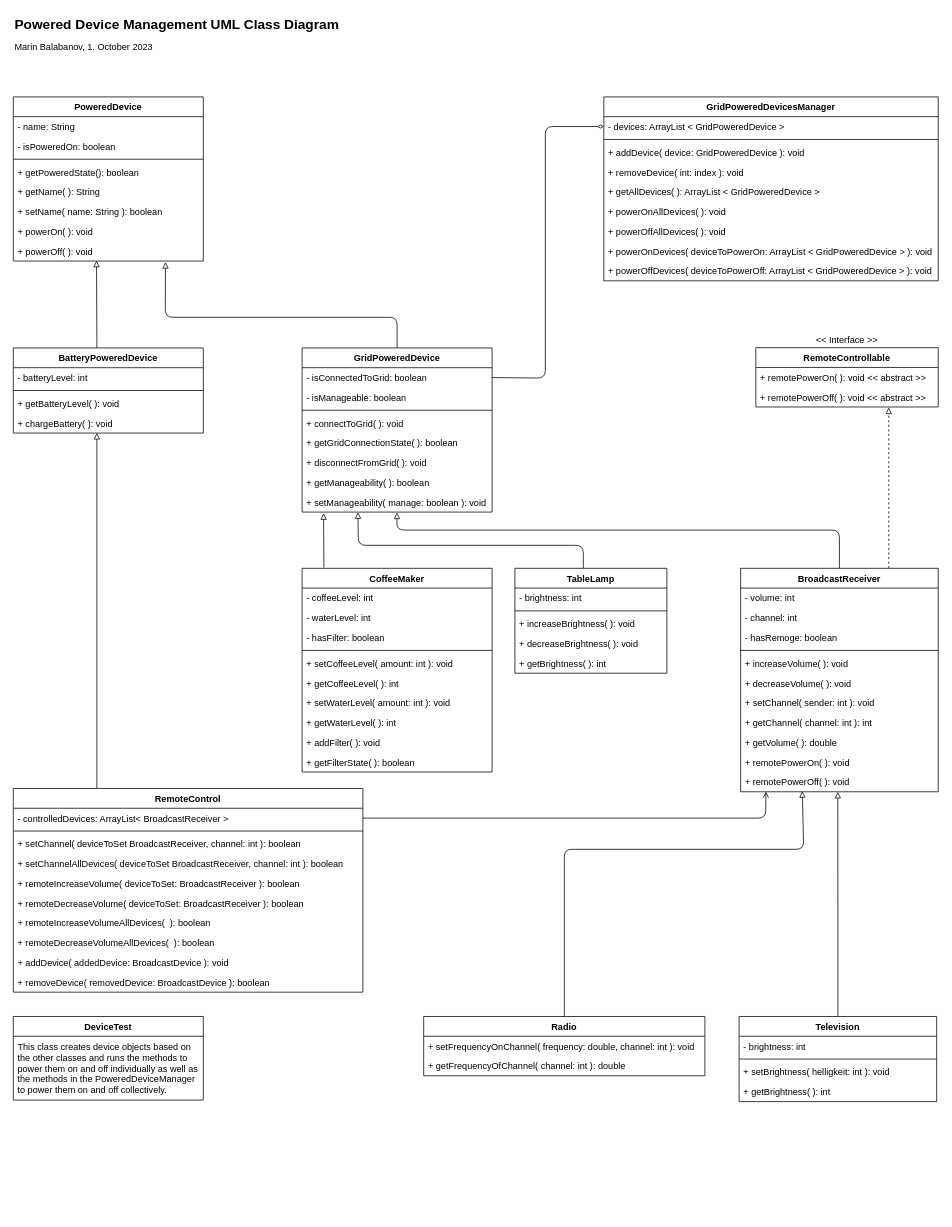
Above: DevicesUML.drawio in mbalabanov/Devices (draw.io), before the change. Source tidied: cells renumbered, new cells numbered last; positions are measured from the earlier drawing's top-left corner, leaving out a move shared by most shapes. Both pictures are drawn from the tidied source at 76%, with x=0, y=0 at pixel (13, 13).
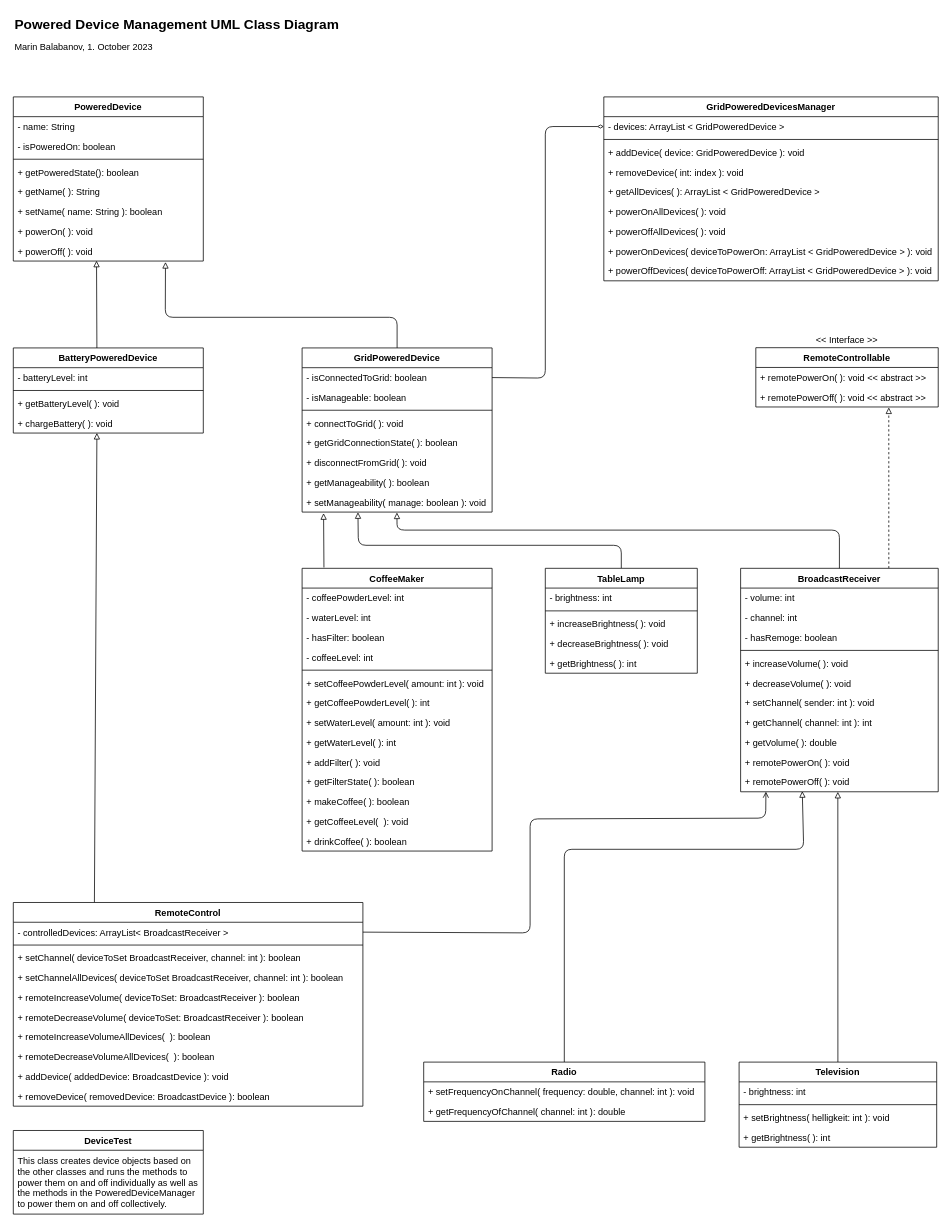
Above is the later version.

Unchanged cells that the change refers to:
```xml
<mxCell id="11" value="+ setManageability( manage: boolean ): void" style="text;strokeColor=none;fillColor=none;align=left;verticalAlign=top;spacingLeft=4;spacingRight=4;overflow=hidden;points=[[0,0.5],[1,0.5]];portConstraint=eastwest;" parent="3" vertex="1">
  <mxGeometry y="190" width="250" height="26" as="geometry" />
</mxCell>
<mxCell id="34" value="+ remotePowerOff( ): void" style="text;strokeColor=none;fillColor=none;align=left;verticalAlign=top;spacingLeft=4;spacingRight=4;overflow=hidden;points=[[0,0.5],[1,0.5]];portConstraint=eastwest;" parent="23" vertex="1">
  <mxGeometry y="268" width="260" height="26" as="geometry" />
</mxCell>
<mxCell id="75" value="- controlledDevices: ArrayList&lt; BroadcastReceiver &gt;" style="text;strokeColor=none;fillColor=none;align=left;verticalAlign=top;spacingLeft=4;spacingRight=4;overflow=hidden;points=[[0,0.5],[1,0.5]];portConstraint=eastwest;" parent="74" vertex="1">
  <mxGeometry y="26" width="460" height="26" as="geometry" />
</mxCell>
<mxCell id="99" value="+ chargeBattery( ): void" style="text;strokeColor=none;fillColor=none;align=left;verticalAlign=top;spacingLeft=4;spacingRight=4;overflow=hidden;points=[[0,0.5],[1,0.5]];portConstraint=eastwest;" parent="95" vertex="1">
  <mxGeometry y="86" width="250" height="26" as="geometry" />
</mxCell>
```

What changed in the source:
```diff
@@
     <mxCell id="13" value="Radio" style="swimlane;fontStyle=1;align=center;verticalAlign=top;horizontal=1;startSize=26;" parent="1" vertex="1">
-      <mxGeometry x="540" y="1320" width="370" height="78" as="geometry" />
+      <mxGeometry x="540" y="1380" width="370" height="78" as="geometry" />
     </mxCell>
@@
     <mxCell id="17" value="Television" style="swimlane;fontStyle=1;align=center;verticalAlign=top;horizontal=1;startSize=26;" parent="1" vertex="1">
-      <mxGeometry x="955" y="1320" width="260" height="112" as="geometry" />
+      <mxGeometry x="955" y="1380" width="260" height="112" as="geometry" />
     </mxCell>
@@
     <mxCell id="35" value="TableLamp" style="swimlane;fontStyle=1;align=center;verticalAlign=top;horizontal=1;startSize=26;" parent="1" vertex="1">
-      <mxGeometry x="660" y="730.3" width="200" height="138" as="geometry" />
+      <mxGeometry x="700" y="730.3" width="200" height="138" as="geometry" />
     </mxCell>
@@
     <mxCell id="42" value="CoffeeMaker" style="swimlane;fontStyle=1;align=center;verticalAlign=top;horizontal=1;startSize=26;" parent="1" vertex="1">
-      <mxGeometry x="380" y="730.3" width="250" height="268" as="geometry" />
+      <mxGeometry x="380" y="730.3" width="250" height="372" as="geometry" />
     </mxCell>
-    <mxCell id="43" value="- coffeeLevel: int" style="text;strokeColor=none;fillColor=none;align=left;verticalAlign=top;spacingLeft=4;spacingRight=4;overflow=hidden;" parent="42" vertex="1">
+    <mxCell id="43" value="- coffeePowderLevel: int" style="text;strokeColor=none;fillColor=none;align=left;verticalAlign=top;spacingLeft=4;spacingRight=4;overflow=hidden;" parent="42" vertex="1">
       <mxGeometry y="26" width="250" height="26" as="geometry" />
     </mxCell>
@@
+    <mxCell id="102" value="- coffeeLevel: int" style="text;strokeColor=none;fillColor=none;align=left;verticalAlign=top;spacingLeft=4;spacingRight=4;overflow=hidden;" parent="42" vertex="1">
+      <mxGeometry y="104" width="250" height="26" as="geometry" />
+    </mxCell>
     <mxCell id="46" style="line;strokeWidth=1;fillColor=none;align=left;verticalAlign=middle;spacingTop=-1;spacingLeft=3;spacingRight=3;labelPosition=right;strokeColor=inherit;" parent="42" vertex="1">
-      <mxGeometry y="104" width="250" height="8" as="geometry" />
+      <mxGeometry y="130" width="250" height="8" as="geometry" />
     </mxCell>
-    <mxCell id="47" value="+ setCoffeeLevel( amount: int ): void" style="text;strokeColor=none;fillColor=none;align=left;verticalAlign=top;spacingLeft=4;spacingRight=4;overflow=hidden;" parent="42" vertex="1">
-      <mxGeometry y="112" width="250" height="26" as="geometry" />
+    <mxCell id="47" value="+ setCoffeePowderLevel( amount: int ): void" style="text;strokeColor=none;fillColor=none;align=left;verticalAlign=top;spacingLeft=4;spacingRight=4;overflow=hidden;" parent="42" vertex="1">
+      <mxGeometry y="138" width="250" height="26" as="geometry" />
     </mxCell>
-    <mxCell id="48" value="+ getCoffeeLevel( ): int" style="text;strokeColor=none;fillColor=none;align=left;verticalAlign=top;spacingLeft=4;spacingRight=4;overflow=hidden;" parent="42" vertex="1">
-      <mxGeometry y="138" width="250" height="26" as="geometry" />
+    <mxCell id="48" value="+ getCoffeePowderLevel( ): int" style="text;strokeColor=none;fillColor=none;align=left;verticalAlign=top;spacingLeft=4;spacingRight=4;overflow=hidden;" parent="42" vertex="1">
+      <mxGeometry y="164" width="250" height="26" as="geometry" />
     </mxCell>
     <mxCell id="49" value="+ setWaterLevel( amount: int ): void" style="text;strokeColor=none;fillColor=none;align=left;verticalAlign=top;spacingLeft=4;spacingRight=4;overflow=hidden;" parent="42" vertex="1">
-      <mxGeometry y="164" width="250" height="26" as="geometry" />
+      <mxGeometry y="190" width="250" height="26" as="geometry" />
     </mxCell>
     <mxCell id="50" value="+ getWaterLevel( ): int" style="text;strokeColor=none;fillColor=none;align=left;verticalAlign=top;spacingLeft=4;spacingRight=4;overflow=hidden;" parent="42" vertex="1">
-      <mxGeometry y="190" width="250" height="26" as="geometry" />
+      <mxGeometry y="216" width="250" height="26" as="geometry" />
     </mxCell>
     <mxCell id="51" value="+ addFilter( ): void" style="text;strokeColor=none;fillColor=none;align=left;verticalAlign=top;spacingLeft=4;spacingRight=4;overflow=hidden;" parent="42" vertex="1">
-      <mxGeometry y="216" width="250" height="26" as="geometry" />
+      <mxGeometry y="242" width="250" height="26" as="geometry" />
     </mxCell>
     <mxCell id="52" value="+ getFilterState( ): boolean" style="text;strokeColor=none;fillColor=none;align=left;verticalAlign=top;spacingLeft=4;spacingRight=4;overflow=hidden;" parent="42" vertex="1">
-      <mxGeometry y="242" width="250" height="26" as="geometry" />
+      <mxGeometry y="268" width="250" height="26" as="geometry" />
     </mxCell>
+    <mxCell id="103" value="+ makeCoffee( ): boolean" style="text;strokeColor=none;fillColor=none;align=left;verticalAlign=top;spacingLeft=4;spacingRight=4;overflow=hidden;" parent="42" vertex="1">
+      <mxGeometry y="294" width="250" height="26" as="geometry" />
+    </mxCell>
+    <mxCell id="104" value="+ getCoffeeLevel(  ): void" style="text;strokeColor=none;fillColor=none;align=left;verticalAlign=top;spacingLeft=4;spacingRight=4;overflow=hidden;" parent="42" vertex="1">
+      <mxGeometry y="320" width="250" height="26" as="geometry" />
+    </mxCell>
+    <mxCell id="105" value="+ drinkCoffee( ): boolean" style="text;strokeColor=none;fillColor=none;align=left;verticalAlign=top;spacingLeft=4;spacingRight=4;overflow=hidden;" parent="42" vertex="1">
+      <mxGeometry y="346" width="250" height="26" as="geometry" />
+    </mxCell>
@@
     <mxCell id="67" style="edgeStyle=none;html=1;endArrow=block;endFill=0;entryX=0.294;entryY=1.008;entryDx=0;entryDy=0;entryPerimeter=0;" parent="1" edge="1" target="11">
       <mxGeometry relative="1" as="geometry">
-        <mxPoint x="750" y="730" as="sourcePoint" />
+        <mxPoint x="800" y="730" as="sourcePoint" />
         <Array as="points">
-          <mxPoint x="750" y="700" />
+          <mxPoint x="800" y="700" />
           <mxPoint x="454" y="700" />
         </Array>
       </mxGeometry>
     </mxCell>
@@
     <mxCell id="72" style="edgeStyle=none;html=1;entryX=0.128;entryY=0.992;entryDx=0;entryDy=0;exitX=1;exitY=0.5;exitDx=0;exitDy=0;endArrow=open;endFill=0;entryPerimeter=0;" parent="1" edge="1" source="75" target="34">
       <mxGeometry relative="1" as="geometry">
         <Array as="points">
+          <mxPoint x="680" y="1210" />
+          <mxPoint x="680" y="1060" />
           <mxPoint x="990" y="1059" />
         </Array>
       </mxGeometry>
     </mxCell>
-    <mxCell id="73" style="edgeStyle=none;html=1;entryX=0.44;entryY=0.994;entryDx=0;entryDy=0;entryPerimeter=0;endArrow=block;endFill=0;" parent="1" edge="1" target="99">
-      <mxGeometry relative="1" as="geometry">
-        <mxPoint x="110" y="1020" as="sourcePoint" />
-      </mxGeometry>
+    <mxCell id="73" style="edgeStyle=none;html=1;entryX=0.44;entryY=0.994;entryDx=0;entryDy=0;entryPerimeter=0;endArrow=block;endFill=0;exitX=0.232;exitY=0;exitDx=0;exitDy=0;exitPerimeter=0;" parent="1" edge="1" source="74" target="99">
+      <mxGeometry relative="1" as="geometry" />
     </mxCell>
     <mxCell id="74" value="RemoteControl" style="swimlane;fontStyle=1;align=center;verticalAlign=top;horizontal=1;startSize=26;" parent="1" vertex="1">
-      <mxGeometry y="1020" width="460" height="268" as="geometry" />
+      <mxGeometry y="1170" width="460" height="268" as="geometry" />
     </mxCell>
@@
     <mxCell id="100" value="DeviceTest" style="swimlane;fontStyle=1;horizontal=1;startSize=26;fillColor=none;" parent="1" vertex="1">
-      <mxGeometry y="1320" width="250" height="110" as="geometry" />
+      <mxGeometry y="1470" width="250" height="110" as="geometry" />
     </mxCell>
```
